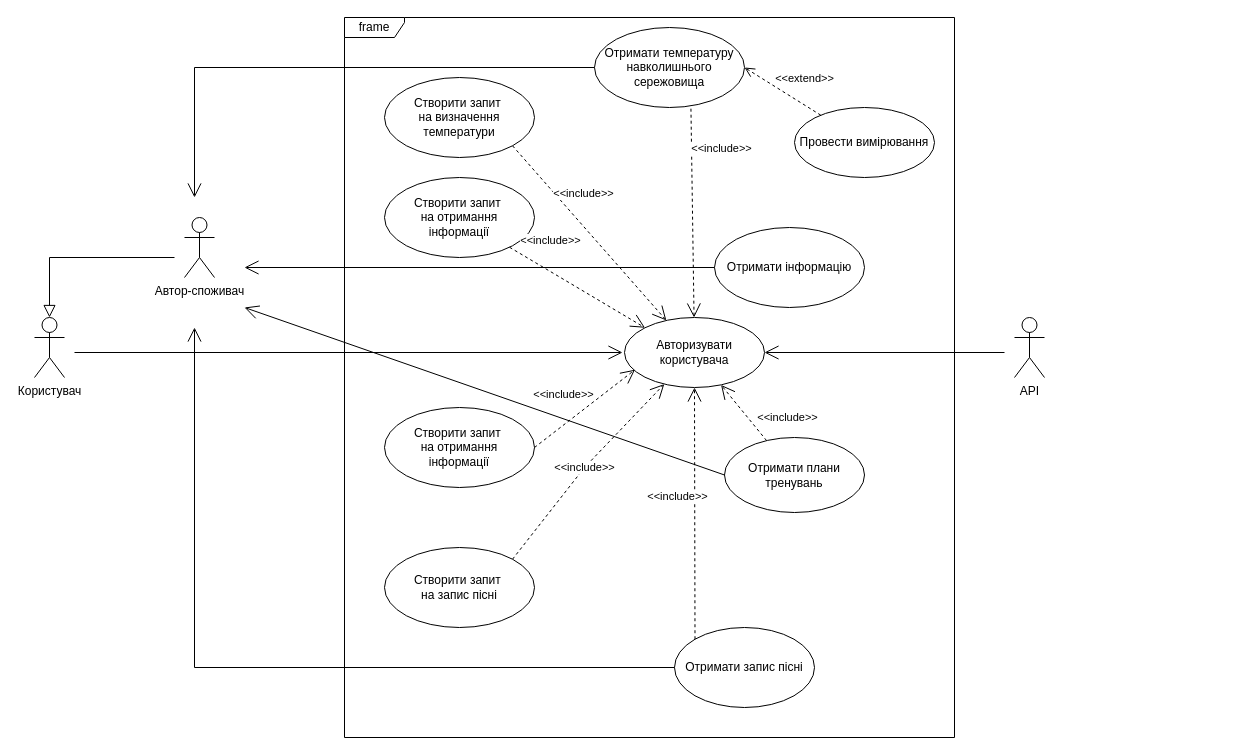
Earlier version of the draw.io diagram 1.3-SoftwareUserRequirements/1.3.3-UseCaseDiagram/UseCase.drawio (oleksandrblazhko/ai204-kuminov). Source tidied: cells renumbered, new cells numbered last; positions are measured from the earlier drawing's top-left corner, leaving out a move shared by most shapes. Both pictures are drawn from the tidied source at 100%, with x=0, y=0 at pixel (34, 17).
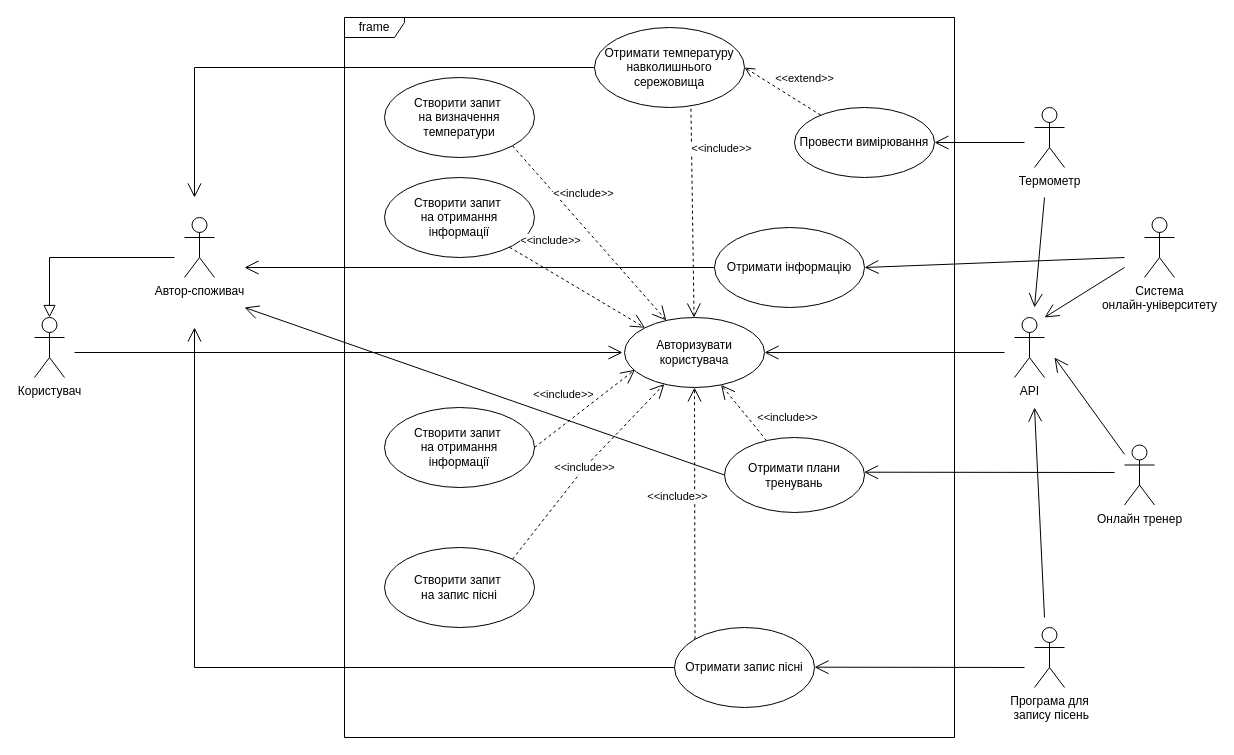
The same diagram, later.

Unchanged cells that the change refers to:
```xml
<mxCell id="11" value="Отримати інформацію" style="ellipse;whiteSpace=wrap;html=1;" parent="1" vertex="1">
  <mxGeometry x="680" y="210" width="150" height="80" as="geometry" />
</mxCell>
<mxCell id="29" value="Провести вимірювання" style="ellipse;whiteSpace=wrap;html=1;" parent="1" vertex="1">
  <mxGeometry x="760" y="90" width="140" height="70" as="geometry" />
</mxCell>
```

What changed in the source:
```diff
@@
+    <mxCell id="31" value="Термометр" style="shape=umlActor;verticalLabelPosition=bottom;verticalAlign=top;html=1;" parent="1" vertex="1">
+      <mxGeometry x="1000" y="90" width="30" height="60" as="geometry" />
+    </mxCell>
+    <mxCell id="32" style="endArrow=open;endFill=1;endSize=12;html=1;rounded=0;entryX=1;entryY=0.5;entryDx=0;entryDy=0;" parent="1" edge="1" target="29">
+      <mxGeometry relative="1" as="geometry">
+        <mxPoint x="990" y="125" as="sourcePoint" />
+      </mxGeometry>
+    </mxCell>
+    <mxCell id="33" value="Онлайн тренер" style="shape=umlActor;verticalLabelPosition=bottom;verticalAlign=top;html=1;" parent="1" vertex="1">
+      <mxGeometry x="1090" y="427.5" width="30" height="60" as="geometry" />
+    </mxCell>
+    <mxCell id="34" style="endArrow=open;endFill=1;endSize=12;html=1;rounded=0;entryX=1;entryY=1;entryDx=0;entryDy=0;" parent="1" edge="1">
+      <mxGeometry relative="1" as="geometry">
+        <mxPoint x="1080" y="455" as="sourcePoint" />
+        <mxPoint x="829.5" y="454.7" as="targetPoint" />
+      </mxGeometry>
+    </mxCell>
+    <mxCell id="35" value="Система &lt;br&gt;онлайн-університету" style="shape=umlActor;verticalLabelPosition=bottom;verticalAlign=top;html=1;" parent="1" vertex="1">
+      <mxGeometry x="1110" y="200" width="30" height="60" as="geometry" />
+    </mxCell>
+    <mxCell id="36" value="Програма для&lt;br&gt;&amp;nbsp;запису пісень" style="shape=umlActor;verticalLabelPosition=bottom;verticalAlign=top;html=1;" parent="1" vertex="1">
+      <mxGeometry x="1000" y="610" width="30" height="60" as="geometry" />
+    </mxCell>
+    <mxCell id="37" style="endArrow=open;endFill=1;endSize=12;html=1;rounded=0;" parent="1" edge="1">
+      <mxGeometry relative="1" as="geometry">
+        <mxPoint x="1010" y="180" as="sourcePoint" />
+        <mxPoint x="1000" y="290" as="targetPoint" />
+      </mxGeometry>
+    </mxCell>
+    <mxCell id="38" style="endArrow=open;endFill=1;endSize=12;html=1;rounded=0;" parent="1" edge="1">
+      <mxGeometry relative="1" as="geometry">
+        <mxPoint x="1090" y="250" as="sourcePoint" />
+        <mxPoint x="1010" y="300" as="targetPoint" />
+      </mxGeometry>
+    </mxCell>
+    <mxCell id="39" style="endArrow=open;endFill=1;endSize=12;html=1;rounded=0;" parent="1" edge="1" source="33">
+      <mxGeometry relative="1" as="geometry">
+        <mxPoint x="1020" y="340" as="targetPoint" />
+      </mxGeometry>
+    </mxCell>
+    <mxCell id="40" style="endArrow=open;endFill=1;endSize=12;html=1;rounded=0;" parent="1" edge="1">
+      <mxGeometry relative="1" as="geometry">
+        <mxPoint x="1010" y="600" as="sourcePoint" />
+        <mxPoint x="1000" y="390" as="targetPoint" />
+      </mxGeometry>
+    </mxCell>
+    <mxCell id="41" style="endArrow=open;endFill=1;endSize=12;html=1;rounded=0;entryX=1;entryY=0.5;entryDx=0;entryDy=0;" parent="1" edge="1" target="11">
+      <mxGeometry relative="1" as="geometry">
+        <mxPoint x="1090" y="240" as="sourcePoint" />
+      </mxGeometry>
+    </mxCell>
+    <mxCell id="42" style="endArrow=open;endFill=1;endSize=12;html=1;rounded=0;" parent="1" edge="1">
+      <mxGeometry relative="1" as="geometry">
+        <mxPoint x="990" y="650" as="sourcePoint" />
+        <mxPoint x="780" y="649.7" as="targetPoint" />
+      </mxGeometry>
+    </mxCell>
```
